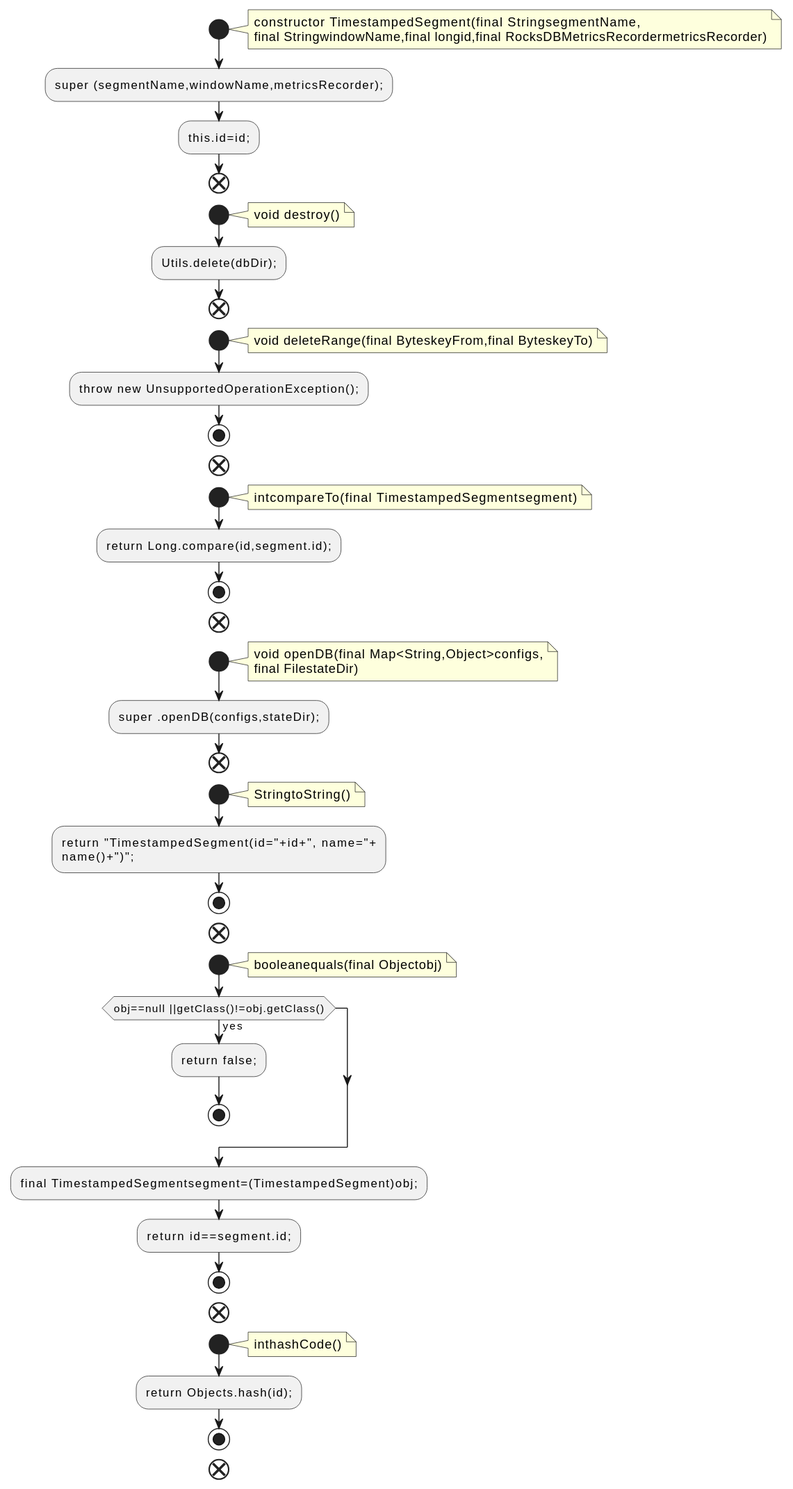
qualitesys/kafka keeps this PlantUML diagram as docs/qc/streams/src/main/java/org/apache/kafka/streams/state/internals/TimestampedSegment.java.fct.svg. Above is the earlier version.
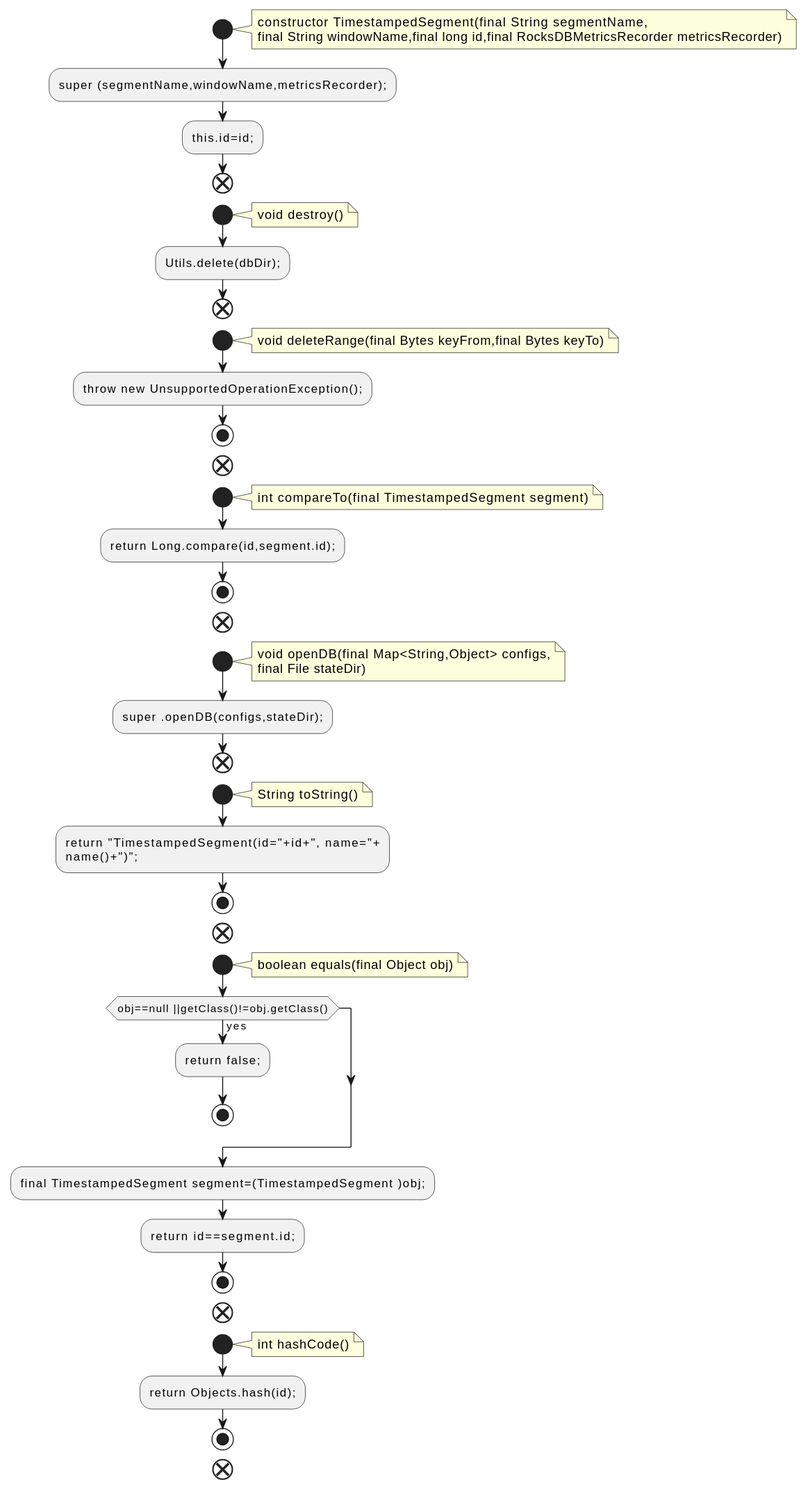
The same diagram one commit later.

Diff of the diagram source:
```diff
@@ -2,8 +2,8 @@
 !pragma layout smetana
 start
 note right
-constructor TimestampedSegment(final StringsegmentName,
-final StringwindowName,final longid,final RocksDBMetricsRecordermetricsRecorder)
+constructor TimestampedSegment(final String segmentName,
+final String windowName,final long id,final RocksDBMetricsRecorder metricsRecorder)
 end note
 :super (segmentName,windowName,metricsRecorder);;
 :this.id=id;;
@@ -16,28 +16,28 @@
 end
 start
 note right
-void deleteRange(final ByteskeyFrom,final ByteskeyTo)
+void deleteRange(final Bytes keyFrom,final Bytes keyTo)
 end note
 :throw new UnsupportedOperationException();;
 stop
 end
 start
 note right
-intcompareTo(final TimestampedSegmentsegment)
+int compareTo(final TimestampedSegment segment)
 end note
 :return Long.compare(id,segment.id);;
 stop
 end
 start
 note right
-void openDB(final Map<String,Object>configs,
-final FilestateDir)
+void openDB(final Map<String,Object> configs,
+final File stateDir)
 end note
 :super .openDB(configs,stateDir);;
 end
 start
 note right
-StringtoString()
+String toString()
 end note
 :return "TimestampedSegment(id="+id+", name="+
 name()+")";;
@@ -45,19 +45,19 @@
 end
 start
 note right
-booleanequals(final Objectobj)
+boolean equals(final Object obj)
 end note
 if (obj==null ||getClass()!=obj.getClass()) then (yes)
 :return false;;
 stop
 endif
-:final TimestampedSegmentsegment=(TimestampedSegment)obj;;
+:final TimestampedSegment segment=(TimestampedSegment )obj;;
 :return id==segment.id;;
 stop
 end
 start
 note right
-inthashCode()
+int hashCode()
 end note
 :return Objects.hash(id);;
 stop
```
